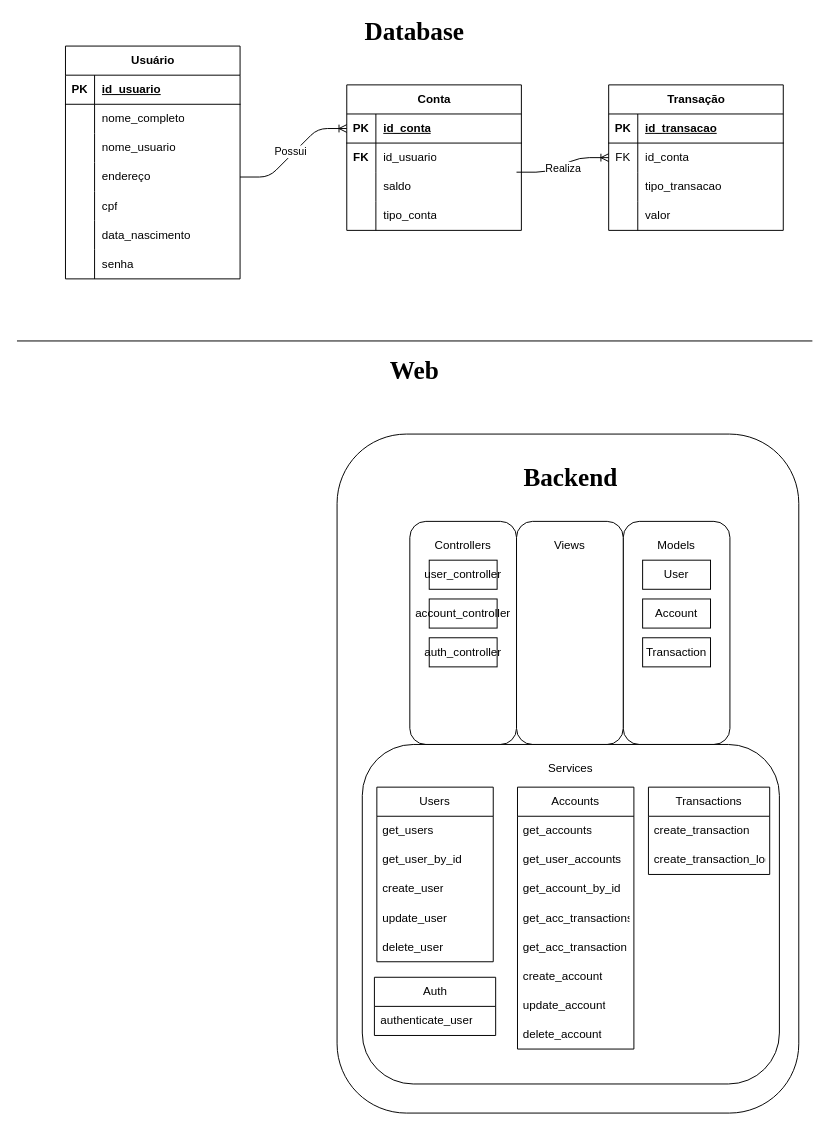
Earlier version of the draw.io diagram docs/dio_bank.drawio (Gabryel-Barboza/dio_bank). Source tidied: cells renumbered, new cells numbered last; positions are measured from the earlier drawing's top-left corner, leaving out a move shared by most shapes. Both pictures are drawn from the tidied source at 97%, with x=0, y=0 at pixel (16, 16).
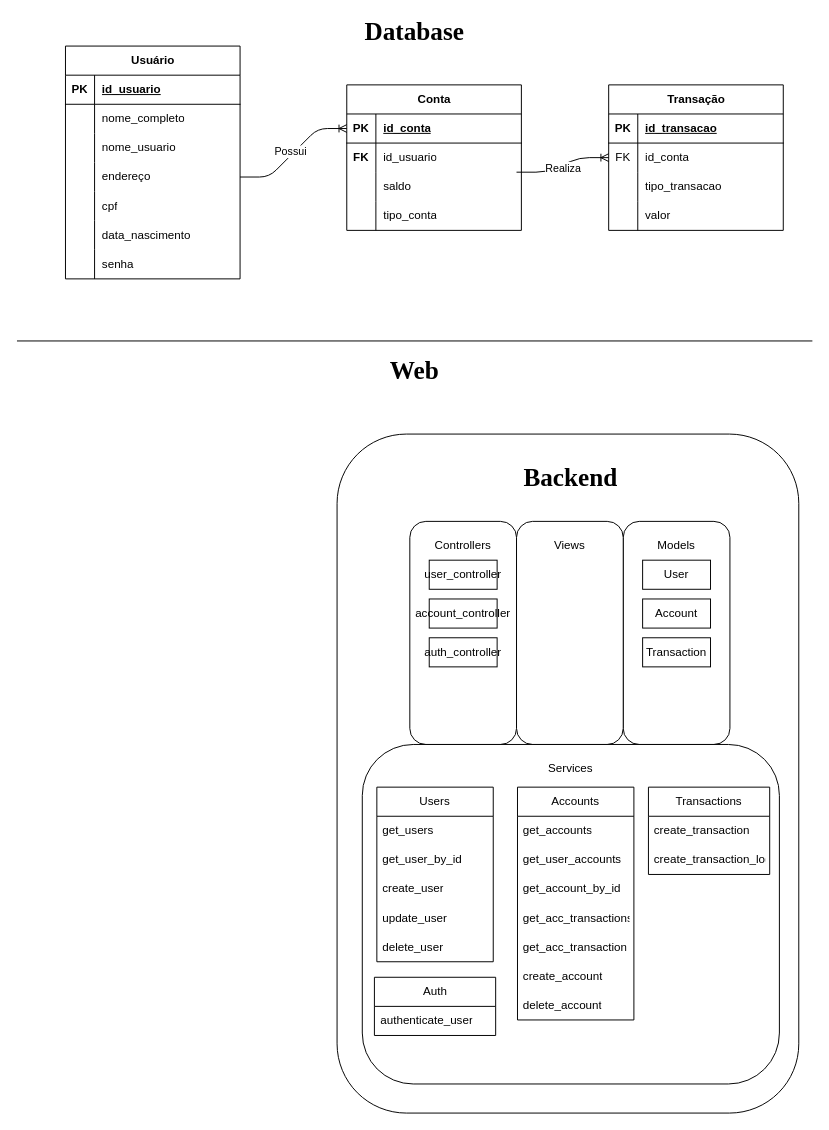
The same page after the edit.

Diff of the diagram source:
```diff
@@
     <mxCell id="40" value="Accounts" style="swimlane;fontStyle=0;horizontal=1;startSize=30;whiteSpace=wrap;html=1;" parent="1" vertex="1">
-      <mxGeometry x="516" y="794" width="120" height="270" as="geometry" />
+      <mxGeometry x="516" y="794" width="120" height="240" as="geometry" />
     </mxCell>
@@
-    <mxCell id="47" value="update_account" style="text;strokeColor=none;fillColor=none;align=left;verticalAlign=middle;spacingLeft=4;spacingRight=4;overflow=hidden;whiteSpace=wrap;html=1;" parent="40" vertex="1">
-      <mxGeometry y="210" width="120" height="30" as="geometry" />
-    </mxCell>
     <mxCell id="48" value="delete_account" style="text;strokeColor=none;fillColor=none;align=left;verticalAlign=middle;spacingLeft=4;spacingRight=4;overflow=hidden;whiteSpace=wrap;html=1;" parent="40" vertex="1">
-      <mxGeometry y="240" width="120" height="30" as="geometry" />
+      <mxGeometry y="210" width="120" height="30" as="geometry" />
     </mxCell>
```
